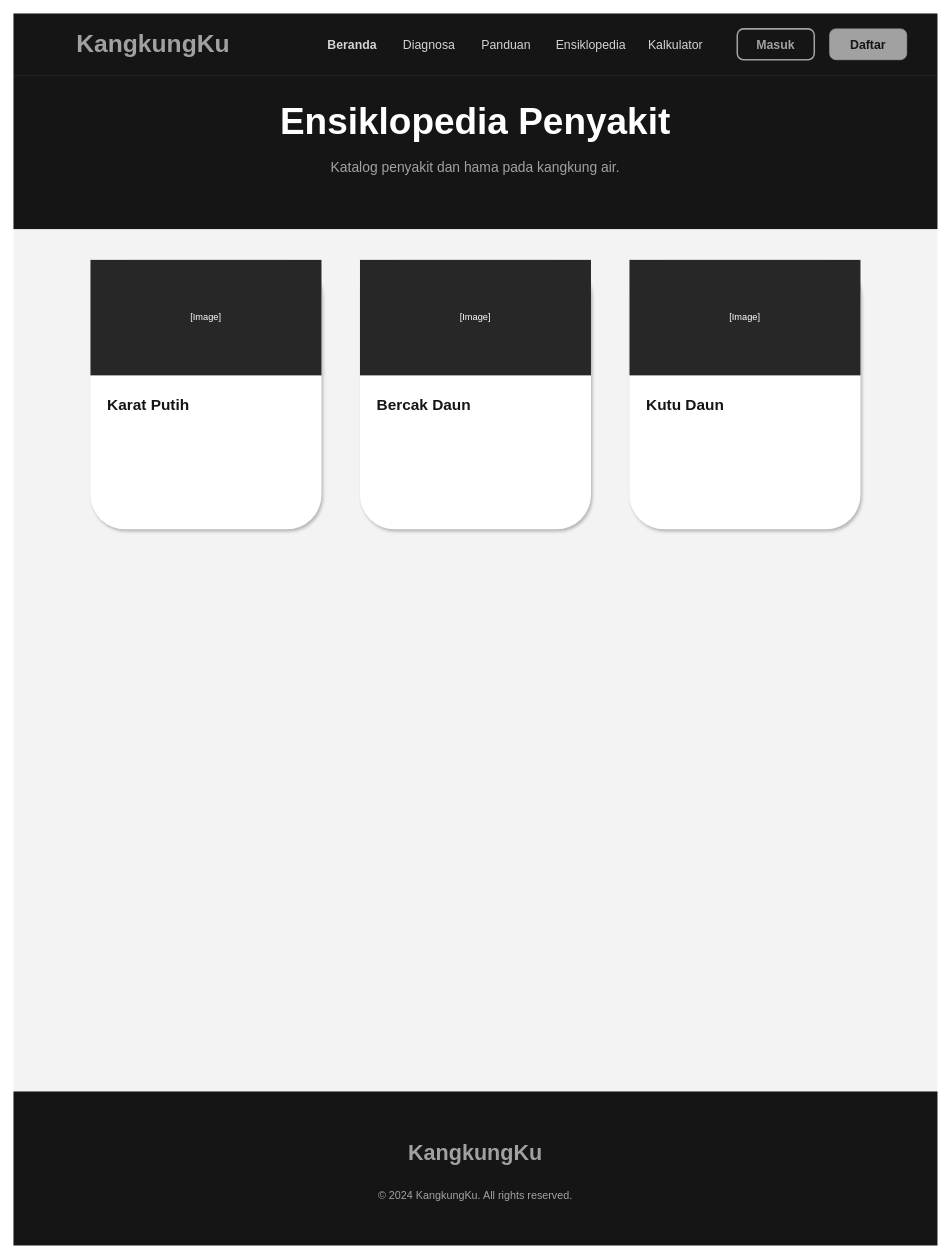
This is diagram/desain_backup/ensiklopedia.drawio from RajaSunrise/kangkungku, a draw.io file, before an edit. Source tidied: cells renumbered, new cells numbered last; positions are measured from the earlier drawing's top-left corner, leaving out a move shared by most shapes. Both pictures are drawn from the tidied source at 77%, with x=0, y=0 at pixel (13, 13).
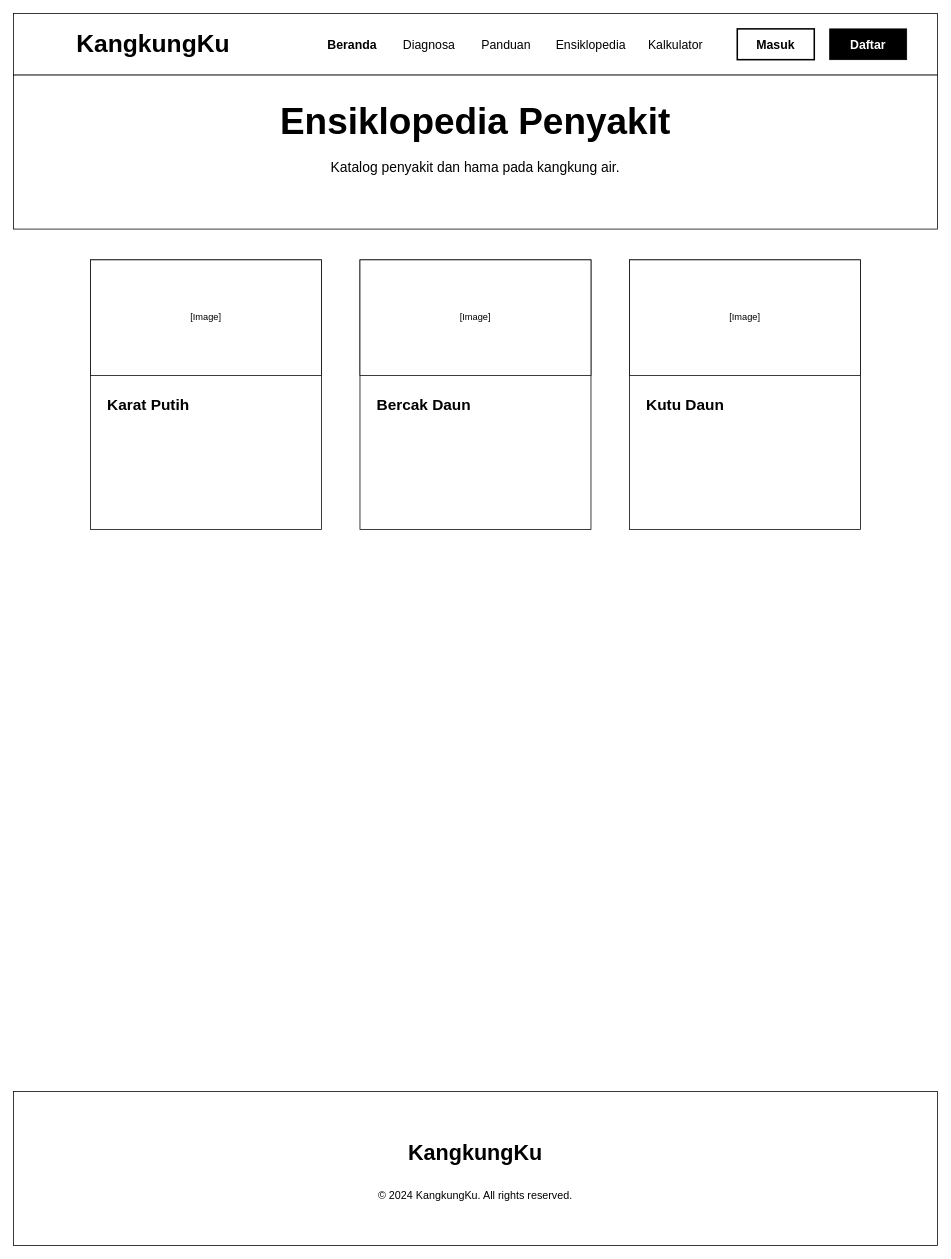
After the change.

The edit, as a diff of the source:
```diff
@@
-    <mxCell id="2" style="rounded=0;whiteSpace=wrap;html=1;fillColor=#F3F3F3;strokeColor=none;" parent="1" vertex="1">
+    <mxCell id="2" style="rounded=0;whiteSpace=wrap;html=1;fillColor=#FFFFFF;strokeColor=none;" parent="1" vertex="1">
       <mxGeometry width="1200" height="1600" as="geometry" />
     </mxCell>
-    <mxCell id="3" style="rounded=0;whiteSpace=wrap;html=1;fillColor=#151515;strokeColor=none;" parent="1" vertex="1">
+    <mxCell id="3" style="rounded=0;whiteSpace=wrap;html=1;fillColor=#FFFFFF;strokeColor=#000000;" parent="1" vertex="1">
       <mxGeometry width="1200" height="80" as="geometry" />
     </mxCell>
-    <mxCell id="4" value="KangkungKu" style="text;html=1;strokeColor=none;fillColor=none;align=left;verticalAlign=middle;whiteSpace=wrap;rounded=0;fontColor=#A1A1A1;fontSize=32;fontStyle=1;fontFamily=Space Grotesk;" parent="1" vertex="1">
+    <mxCell id="4" value="KangkungKu" style="text;html=1;strokeColor=none;fillColor=none;align=left;verticalAlign=middle;whiteSpace=wrap;rounded=0;fontColor=#000000;fontSize=32;fontStyle=1;fontFamily=Space Grotesk;" parent="1" vertex="1">
       <mxGeometry x="80" y="20" width="200" height="40" as="geometry" />
     </mxCell>
-    <mxCell id="5" value="Beranda" style="text;html=1;strokeColor=none;fillColor=none;align=center;verticalAlign=middle;whiteSpace=wrap;rounded=0;fontColor=#D4D4D4;fontSize=16;fontFamily=Space Grotesk;fontStyle=1;" parent="1" vertex="1">
+    <mxCell id="5" value="Beranda" style="text;html=1;strokeColor=none;fillColor=none;align=center;verticalAlign=middle;whiteSpace=wrap;rounded=0;fontColor=#000000;fontSize=16;fontFamily=Space Grotesk;fontStyle=1;" parent="1" vertex="1">
       <mxGeometry x="400" y="25" width="80" height="30" as="geometry" />
     </mxCell>
-    <mxCell id="6" value="Diagnosa" style="text;html=1;strokeColor=none;fillColor=none;align=center;verticalAlign=middle;whiteSpace=wrap;rounded=0;fontColor=#D4D4D4;fontSize=16;fontFamily=Space Grotesk;" parent="1" vertex="1">
+    <mxCell id="6" value="Diagnosa" style="text;html=1;strokeColor=none;fillColor=none;align=center;verticalAlign=middle;whiteSpace=wrap;rounded=0;fontColor=#000000;fontSize=16;fontFamily=Space Grotesk;" parent="1" vertex="1">
       <mxGeometry x="500" y="25" width="80" height="30" as="geometry" />
     </mxCell>
-    <mxCell id="7" value="Panduan" style="text;html=1;strokeColor=none;fillColor=none;align=center;verticalAlign=middle;whiteSpace=wrap;rounded=0;fontColor=#D4D4D4;fontSize=16;fontFamily=Space Grotesk;" parent="1" vertex="1">
+    <mxCell id="7" value="Panduan" style="text;html=1;strokeColor=none;fillColor=none;align=center;verticalAlign=middle;whiteSpace=wrap;rounded=0;fontColor=#000000;fontSize=16;fontFamily=Space Grotesk;" parent="1" vertex="1">
       <mxGeometry x="600" y="25" width="80" height="30" as="geometry" />
     </mxCell>
-    <mxCell id="8" value="Ensiklopedia" style="text;html=1;strokeColor=none;fillColor=none;align=center;verticalAlign=middle;whiteSpace=wrap;rounded=0;fontColor=#D4D4D4;fontSize=16;fontFamily=Space Grotesk;" parent="1" vertex="1">
+    <mxCell id="8" value="Ensiklopedia" style="text;html=1;strokeColor=none;fillColor=none;align=center;verticalAlign=middle;whiteSpace=wrap;rounded=0;fontColor=#000000;fontSize=16;fontFamily=Space Grotesk;" parent="1" vertex="1">
       <mxGeometry x="700" y="25" width="100" height="30" as="geometry" />
     </mxCell>
-    <mxCell id="9" value="Kalkulator" style="text;html=1;strokeColor=none;fillColor=none;align=center;verticalAlign=middle;whiteSpace=wrap;rounded=0;fontColor=#D4D4D4;fontSize=16;fontFamily=Space Grotesk;" parent="1" vertex="1">
+    <mxCell id="9" value="Kalkulator" style="text;html=1;strokeColor=none;fillColor=none;align=center;verticalAlign=middle;whiteSpace=wrap;rounded=0;fontColor=#000000;fontSize=16;fontFamily=Space Grotesk;" parent="1" vertex="1">
       <mxGeometry x="820" y="25" width="80" height="30" as="geometry" />
     </mxCell>
-    <mxCell id="10" value="Masuk" style="rounded=1;whiteSpace=wrap;html=1;fillColor=none;strokeColor=#A1A1A1;strokeWidth=2;fontColor=#A1A1A1;fontStyle=1;fontSize=16;arcSize=20;" parent="1" vertex="1">
+    <mxCell id="10" value="Masuk" style="rounded=0;whiteSpace=wrap;html=1;fillColor=none;strokeColor=#000000;strokeWidth=2;fontColor=#000000;fontStyle=1;fontSize=16;arcSize=20;" parent="1" vertex="1">
       <mxGeometry x="940" y="20" width="100" height="40" as="geometry" />
     </mxCell>
-    <mxCell id="11" value="Daftar" style="rounded=1;whiteSpace=wrap;html=1;fillColor=#A1A1A1;strokeColor=#A1A1A1;fontColor=#151515;fontStyle=1;fontSize=16;arcSize=20;" parent="1" vertex="1">
+    <mxCell id="11" value="Daftar" style="rounded=0;whiteSpace=wrap;html=1;fillColor=#000000;strokeColor=#000000;fontColor=#FFFFFF;fontStyle=1;fontSize=16;arcSize=20;" parent="1" vertex="1">
       <mxGeometry x="1060" y="20" width="100" height="40" as="geometry" />
     </mxCell>
-    <mxCell id="12" style="rounded=0;whiteSpace=wrap;html=1;fillColor=#151515;strokeColor=none;" parent="1" vertex="1">
+    <mxCell id="12" style="rounded=0;whiteSpace=wrap;html=1;fillColor=#FFFFFF;strokeColor=#000000;" parent="1" vertex="1">
       <mxGeometry y="80" width="1200" height="200" as="geometry" />
     </mxCell>
-    <mxCell id="13" value="Ensiklopedia Penyakit" style="text;html=1;strokeColor=none;fillColor=none;align=center;verticalAlign=middle;whiteSpace=wrap;rounded=0;fontColor=#FFFFFF;fontSize=48;fontStyle=1;fontFamily=Space Grotesk;" parent="1" vertex="1">
+    <mxCell id="13" value="Ensiklopedia Penyakit" style="text;html=1;strokeColor=none;fillColor=none;align=center;verticalAlign=middle;whiteSpace=wrap;rounded=0;fontColor=#000000;fontSize=48;fontStyle=1;fontFamily=Space Grotesk;" parent="1" vertex="1">
       <mxGeometry x="100" y="100" width="1000" height="80" as="geometry" />
     </mxCell>
-    <mxCell id="14" value="Katalog penyakit dan hama pada kangkung air." style="text;html=1;strokeColor=none;fillColor=none;align=center;verticalAlign=middle;whiteSpace=wrap;rounded=0;fontColor=#A2A2A2;fontSize=18;fontFamily=Space Grotesk;" parent="1" vertex="1">
+    <mxCell id="14" value="Katalog penyakit dan hama pada kangkung air." style="text;html=1;strokeColor=none;fillColor=none;align=center;verticalAlign=middle;whiteSpace=wrap;rounded=0;fontColor=#000000;fontSize=18;fontFamily=Space Grotesk;" parent="1" vertex="1">
       <mxGeometry x="200" y="180" width="800" height="40" as="geometry" />
     </mxCell>
-    <mxCell id="15" style="rounded=1;whiteSpace=wrap;html=1;fillColor=#FFFFFF;strokeColor=none;shadow=1;" parent="1" vertex="1">
+    <mxCell id="15" style="rounded=0;whiteSpace=wrap;html=1;fillColor=#FFFFFF;strokeColor=#000000;" parent="1" vertex="1">
       <mxGeometry x="100" y="320" width="300" height="350" as="geometry" />
     </mxCell>
-    <mxCell id="16" value="[Image]" style="rounded=0;whiteSpace=wrap;html=1;fillColor=#272727;strokeColor=none;fontColor=#FFFFFF;" parent="1" vertex="1">
+    <mxCell id="16" value="[Image]" style="rounded=0;whiteSpace=wrap;html=1;fillColor=#FFFFFF;strokeColor=#000000;fontColor=#000000;" parent="1" vertex="1">
       <mxGeometry x="100" y="320" width="300" height="150" as="geometry" />
     </mxCell>
-    <mxCell id="17" value="Karat Putih" style="text;html=1;strokeColor=none;fillColor=none;align=left;verticalAlign=top;whiteSpace=wrap;rounded=0;fontColor=#151515;fontSize=20;fontStyle=1;" parent="1" vertex="1">
+    <mxCell id="17" value="Karat Putih" style="text;html=1;strokeColor=none;fillColor=none;align=left;verticalAlign=top;whiteSpace=wrap;rounded=0;fontColor=#000000;fontSize=20;fontStyle=1;" parent="1" vertex="1">
       <mxGeometry x="120" y="490" width="260" height="30" as="geometry" />
     </mxCell>
-    <mxCell id="18" style="rounded=1;whiteSpace=wrap;html=1;fillColor=#FFFFFF;strokeColor=none;shadow=1;" parent="1" vertex="1">
+    <mxCell id="18" style="rounded=0;whiteSpace=wrap;html=1;fillColor=#FFFFFF;strokeColor=#000000;" parent="1" vertex="1">
       <mxGeometry x="450" y="320" width="300" height="350" as="geometry" />
     </mxCell>
-    <mxCell id="19" value="[Image]" style="rounded=0;whiteSpace=wrap;html=1;fillColor=#272727;strokeColor=none;fontColor=#FFFFFF;" parent="1" vertex="1">
+    <mxCell id="19" value="[Image]" style="rounded=0;whiteSpace=wrap;html=1;fillColor=#FFFFFF;strokeColor=#000000;fontColor=#000000;" parent="1" vertex="1">
       <mxGeometry x="450" y="320" width="300" height="150" as="geometry" />
     </mxCell>
-    <mxCell id="20" value="Bercak Daun" style="text;html=1;strokeColor=none;fillColor=none;align=left;verticalAlign=top;whiteSpace=wrap;rounded=0;fontColor=#151515;fontSize=20;fontStyle=1;" parent="1" vertex="1">
+    <mxCell id="20" value="Bercak Daun" style="text;html=1;strokeColor=none;fillColor=none;align=left;verticalAlign=top;whiteSpace=wrap;rounded=0;fontColor=#000000;fontSize=20;fontStyle=1;" parent="1" vertex="1">
       <mxGeometry x="470" y="490" width="260" height="30" as="geometry" />
     </mxCell>
-    <mxCell id="21" style="rounded=1;whiteSpace=wrap;html=1;fillColor=#FFFFFF;strokeColor=none;shadow=1;" parent="1" vertex="1">
+    <mxCell id="21" style="rounded=0;whiteSpace=wrap;html=1;fillColor=#FFFFFF;strokeColor=#000000;" parent="1" vertex="1">
       <mxGeometry x="800" y="320" width="300" height="350" as="geometry" />
     </mxCell>
-    <mxCell id="22" value="[Image]" style="rounded=0;whiteSpace=wrap;html=1;fillColor=#272727;strokeColor=none;fontColor=#FFFFFF;" parent="1" vertex="1">
+    <mxCell id="22" value="[Image]" style="rounded=0;whiteSpace=wrap;html=1;fillColor=#FFFFFF;strokeColor=#000000;fontColor=#000000;" parent="1" vertex="1">
       <mxGeometry x="800" y="320" width="300" height="150" as="geometry" />
     </mxCell>
-    <mxCell id="23" value="Kutu Daun" style="text;html=1;strokeColor=none;fillColor=none;align=left;verticalAlign=top;whiteSpace=wrap;rounded=0;fontColor=#151515;fontSize=20;fontStyle=1;" parent="1" vertex="1">
+    <mxCell id="23" value="Kutu Daun" style="text;html=1;strokeColor=none;fillColor=none;align=left;verticalAlign=top;whiteSpace=wrap;rounded=0;fontColor=#000000;fontSize=20;fontStyle=1;" parent="1" vertex="1">
       <mxGeometry x="820" y="490" width="260" height="30" as="geometry" />
     </mxCell>
-    <mxCell id="24" style="rounded=0;whiteSpace=wrap;html=1;fillColor=#151515;strokeColor=none;" parent="1" vertex="1">
+    <mxCell id="24" style="rounded=0;whiteSpace=wrap;html=1;fillColor=#FFFFFF;strokeColor=#000000;" parent="1" vertex="1">
       <mxGeometry y="1400" width="1200" height="200" as="geometry" />
     </mxCell>
-    <mxCell id="25" value="KangkungKu" style="text;html=1;strokeColor=none;fillColor=none;align=center;verticalAlign=middle;whiteSpace=wrap;rounded=0;fontColor=#A1A1A1;fontSize=28;fontStyle=1;" parent="1" vertex="1">
+    <mxCell id="25" value="KangkungKu" style="text;html=1;strokeColor=none;fillColor=none;align=center;verticalAlign=middle;whiteSpace=wrap;rounded=0;fontColor=#000000;fontSize=28;fontStyle=1;" parent="1" vertex="1">
       <mxGeometry x="500" y="1460" width="200" height="40" as="geometry" />
     </mxCell>
-    <mxCell id="26" value="© 2024 KangkungKu. All rights reserved." style="text;html=1;strokeColor=none;fillColor=none;align=center;verticalAlign=middle;whiteSpace=wrap;rounded=0;fontColor=#A2A2A2;fontSize=14;" parent="1" vertex="1">
+    <mxCell id="26" value="© 2024 KangkungKu. All rights reserved." style="text;html=1;strokeColor=none;fillColor=none;align=center;verticalAlign=middle;whiteSpace=wrap;rounded=0;fontColor=#000000;fontSize=14;" parent="1" vertex="1">
       <mxGeometry x="450" y="1520" width="300" height="30" as="geometry" />
     </mxCell>
```
